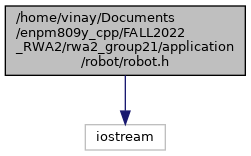
darshit-desai/Maze-Solver-simulation-using-Wall-Following-Algorithm-OOP keeps this Graphviz diagram as docs/robot_8h__incl.png. Above is the earlier version. Its source is kept beside it as docs/robot_8h__incl.dot. The source it was exported from:
```dot
digraph "application/robot/robot.h"
{
  edge [fontname="Helvetica",fontsize="10",labelfontname="Helvetica",labelfontsize="10"];
  node [fontname="Helvetica",fontsize="10",shape=record];
  Node1 [label="application/robot/robot.h",height=0.2,width=0.4,color="black", fillcolor="grey75", style="filled", fontcolor="black",tooltip="This class is used to drive the robot based on its position and orientation."];
  Node1 -> Node2 [color="midnightblue",fontsize="10",style="solid",fontname="Helvetica"];
  Node2 [label="iostream",height=0.2,width=0.4,color="grey75", fillcolor="white", style="filled",tooltip=" "];
}
```
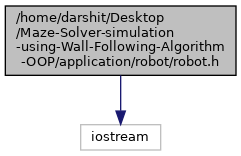
After the commit.

What changed in the source:
```diff
@@ -1,8 +1,9 @@
-digraph "application/robot/robot.h"
+digraph "D:/Maze-Solver-simulation-using-Wall-Following-Algorithm-OOP/application/robot/robot.h"
 {
-  edge [fontname="Helvetica",fontsize="10",labelfontname="Helvetica",labelfontsize="10"];
-  node [fontname="Helvetica",fontsize="10",shape=record];
-  Node1 [label="application/robot/robot.h",height=0.2,width=0.4,color="black", fillcolor="grey75", style="filled", fontcolor="black",tooltip="This class is used to drive the robot based on its position and orientation."];
-  Node1 -> Node2 [color="midnightblue",fontsize="10",style="solid",fontname="Helvetica"];
-  Node2 [label="iostream",height=0.2,width=0.4,color="grey75", fillcolor="white", style="filled",tooltip=" "];
+  bgcolor="transparent";
+  edge [fontname=Helvetica,fontsize=10,labelfontname=Helvetica,labelfontsize=10];
+  node [fontname=Helvetica,fontsize=10,shape=box,height=0.2,width=0.4];
+  Node1 [id="Node000001",label="D:/Maze-Solver-simulation\l-using-Wall-Following-Algorithm\l-OOP/application/robot/robot.h",height=0.2,width=0.4,color="gray40", fillcolor="grey60", style="filled", fontcolor="black",tooltip="This class is used to drive the robot based on its position and orientation."];
+  Node1 -> Node2 [id="edge1_Node000001_Node000002",color="steelblue1",style="solid",tooltip=" "];
+  Node2 [id="Node000002",label="iostream",height=0.2,width=0.4,color="grey60", fillcolor="#E0E0E0", style="filled",tooltip=" "];
 }
```
